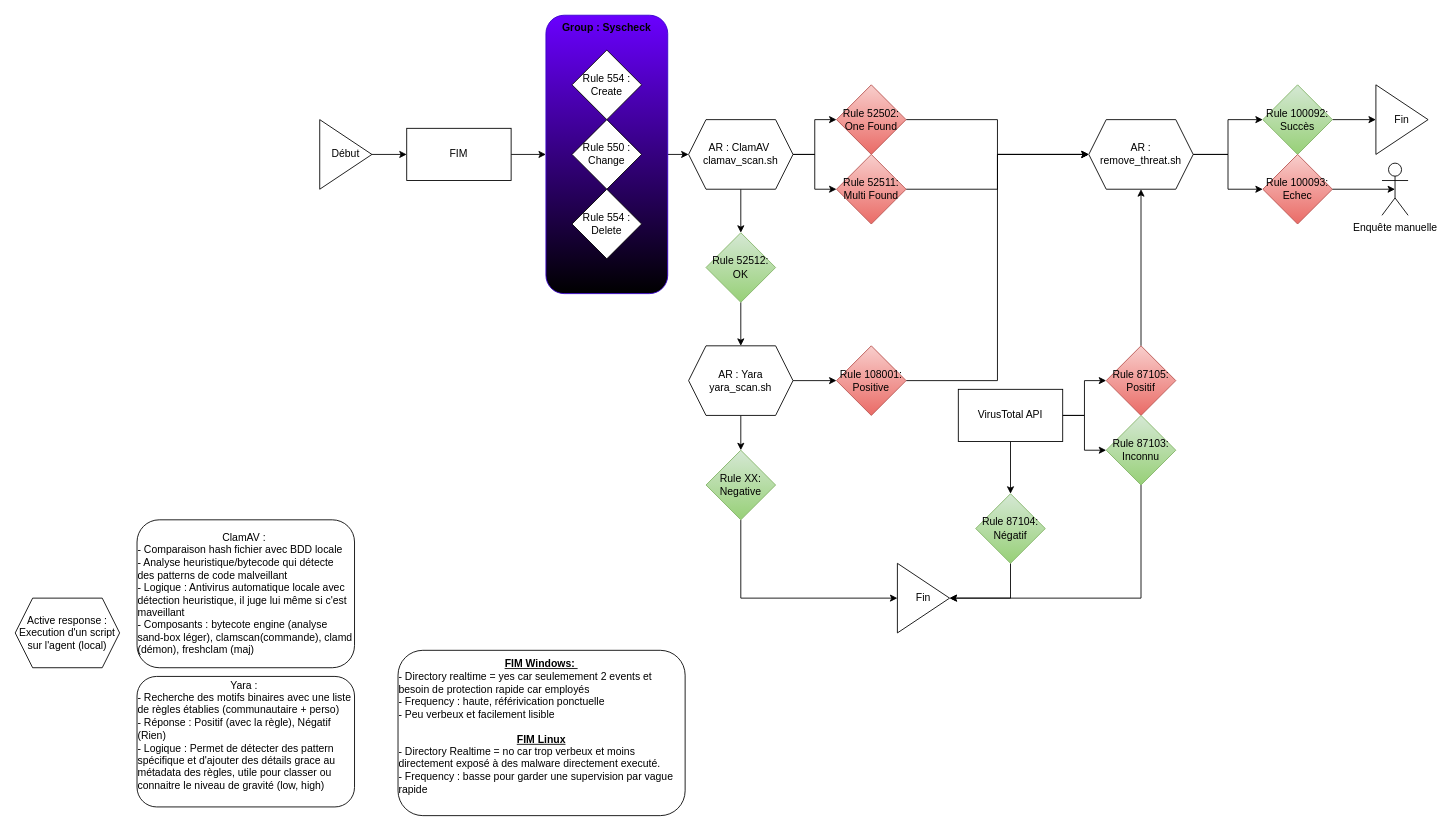
The draw.io diagram Wazuh.drawio in egoMasa/HomeLab, before the edit. Source tidied: cells renumbered, new cells numbered last; positions are measured from the earlier drawing's top-left corner, leaving out a move shared by most shapes. Both pictures are drawn from the tidied source at 87%, with x=0, y=0 at pixel (15, 15).
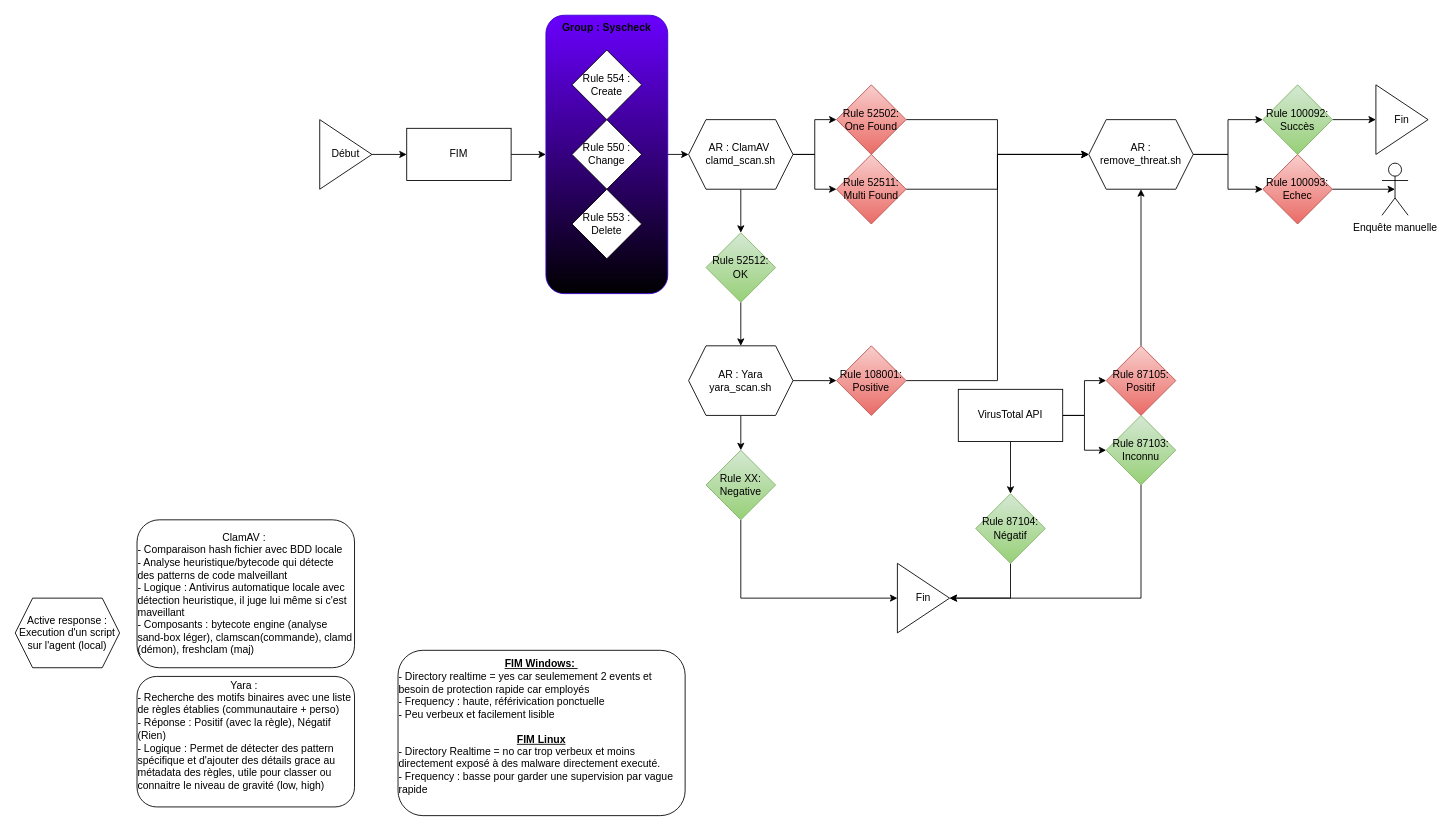
The same diagram, later.

Commit message:
Mettre à jour Wazuh.drawio

The edit, as a diff of the source:
```diff
@@
-    <mxCell id="8" value="Rule 554 : Delete" style="rhombus;whiteSpace=wrap;html=1;" parent="1" vertex="1">
+    <mxCell id="8" value="Rule 553 : Delete" style="rhombus;whiteSpace=wrap;html=1;" parent="1" vertex="1">
       <mxGeometry x="640" y="200" width="80" height="80" as="geometry" />
     </mxCell>
@@
-    <mxCell id="13" value="AR : ClamAV&amp;nbsp;&lt;br&gt;clamav_scan.sh" style="shape=hexagon;perimeter=hexagonPerimeter2;whiteSpace=wrap;html=1;fixedSize=1;" parent="1" vertex="1">
+    <mxCell id="13" value="AR : ClamAV&amp;nbsp;&lt;br&gt;clamd_scan.sh" style="shape=hexagon;perimeter=hexagonPerimeter2;whiteSpace=wrap;html=1;fixedSize=1;" parent="1" vertex="1">
       <mxGeometry x="774" y="120" width="120" height="80" as="geometry" />
     </mxCell>
```
